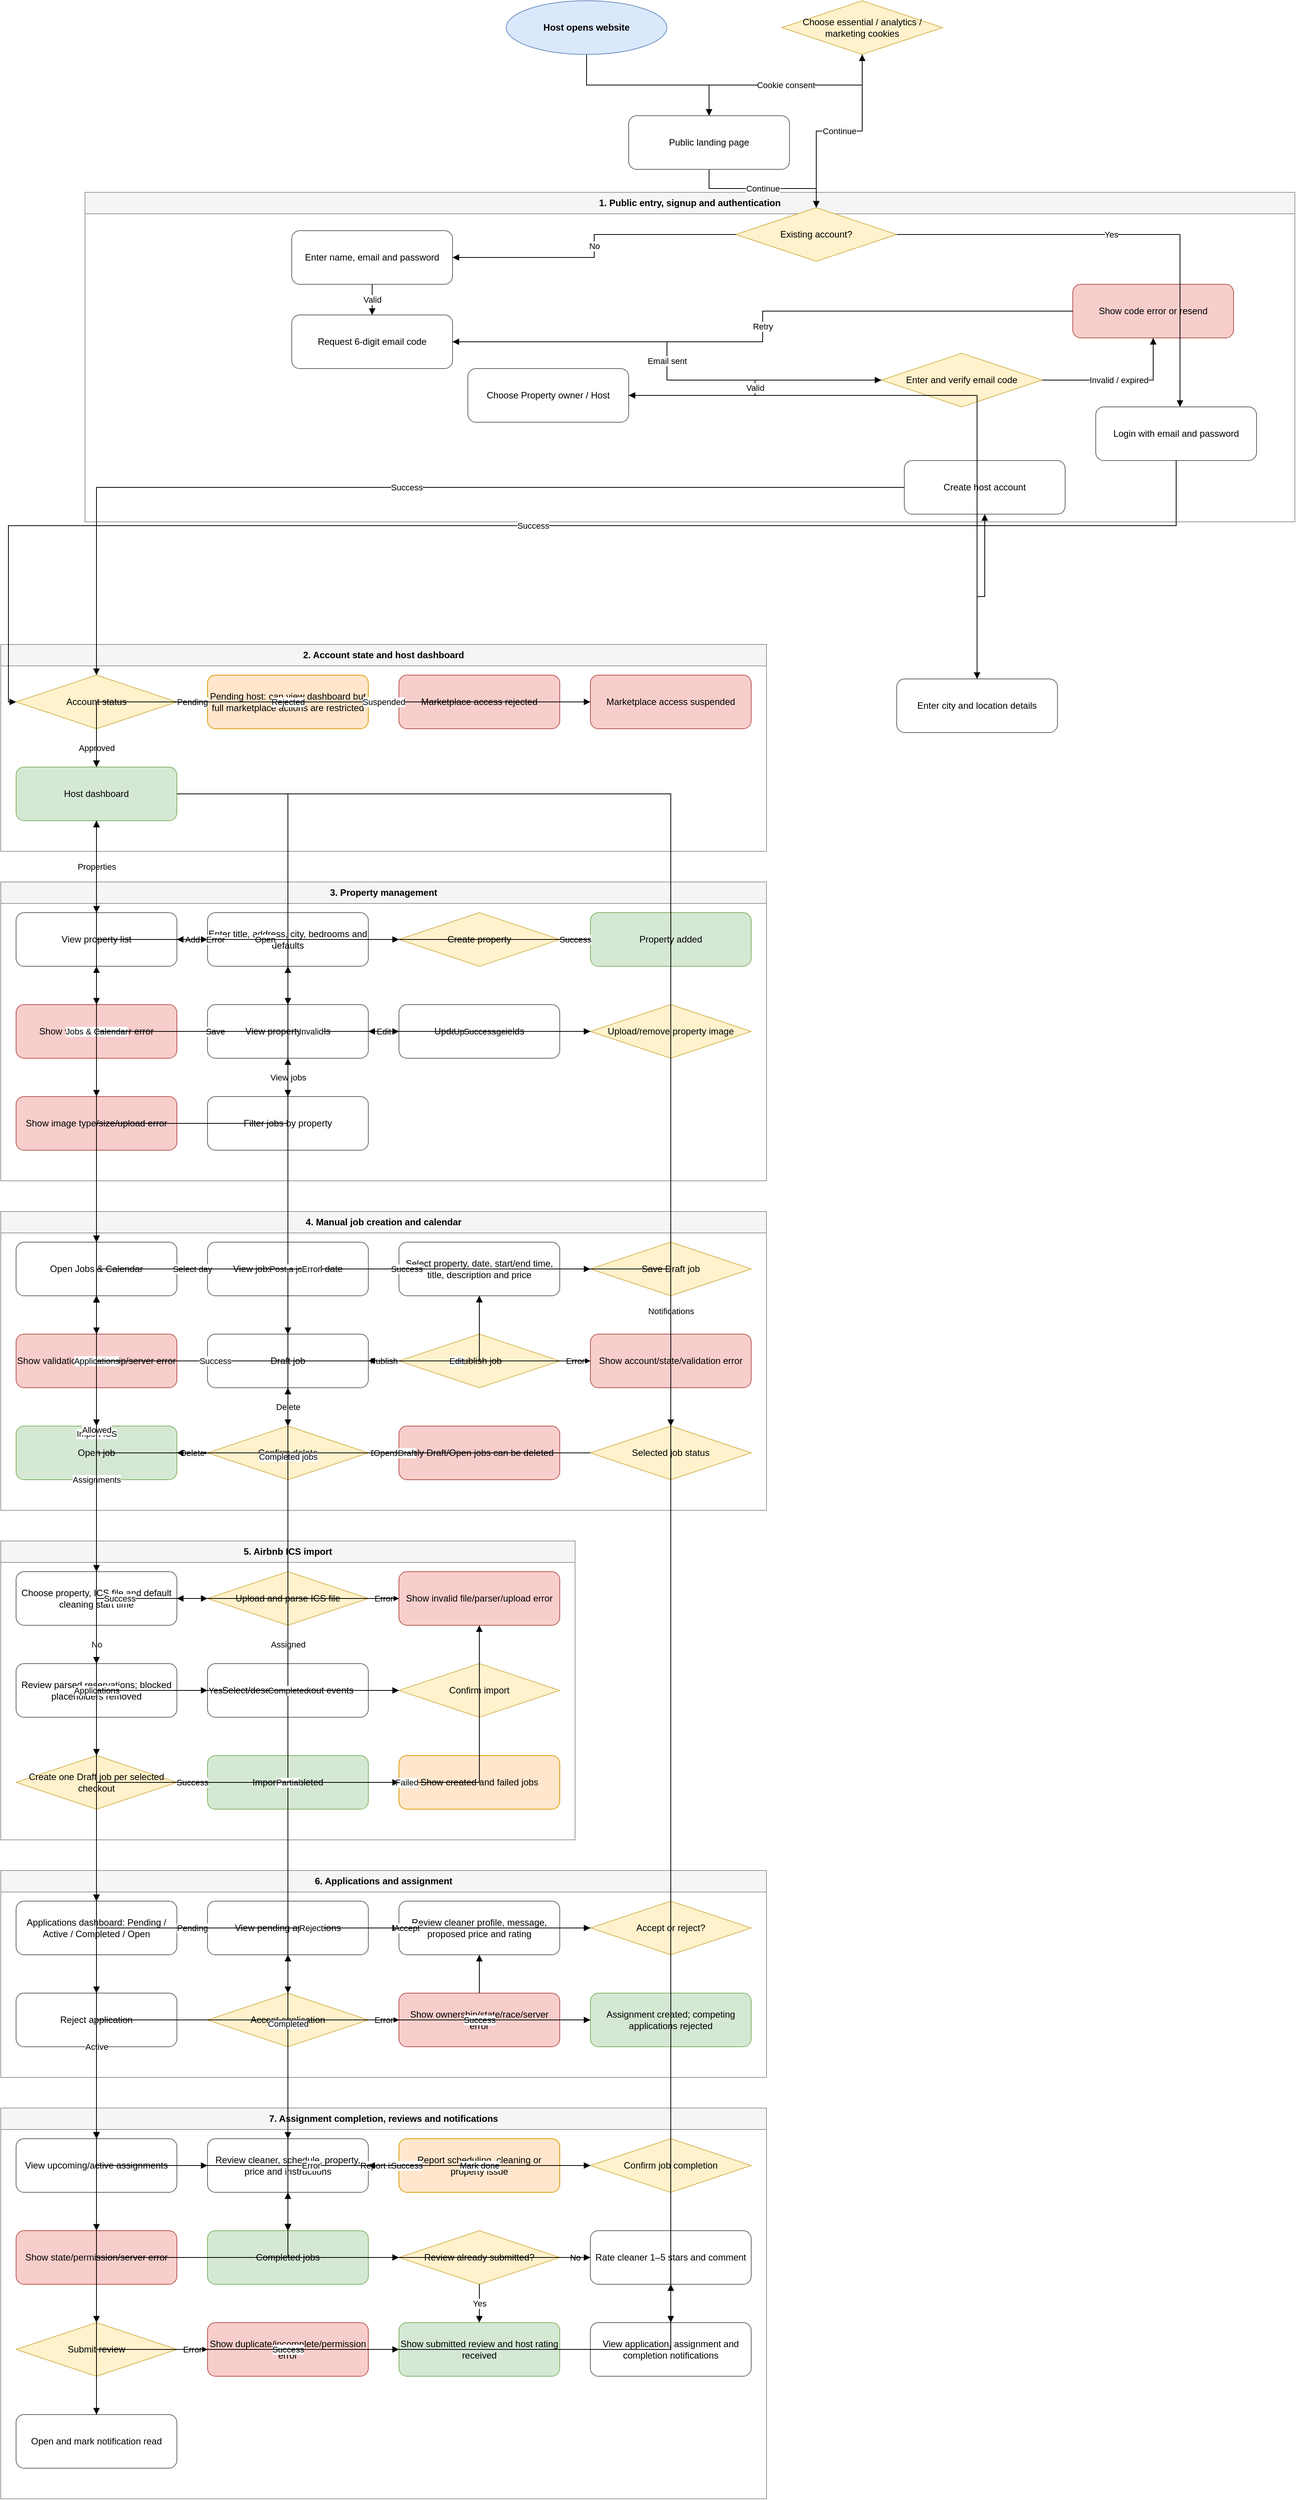
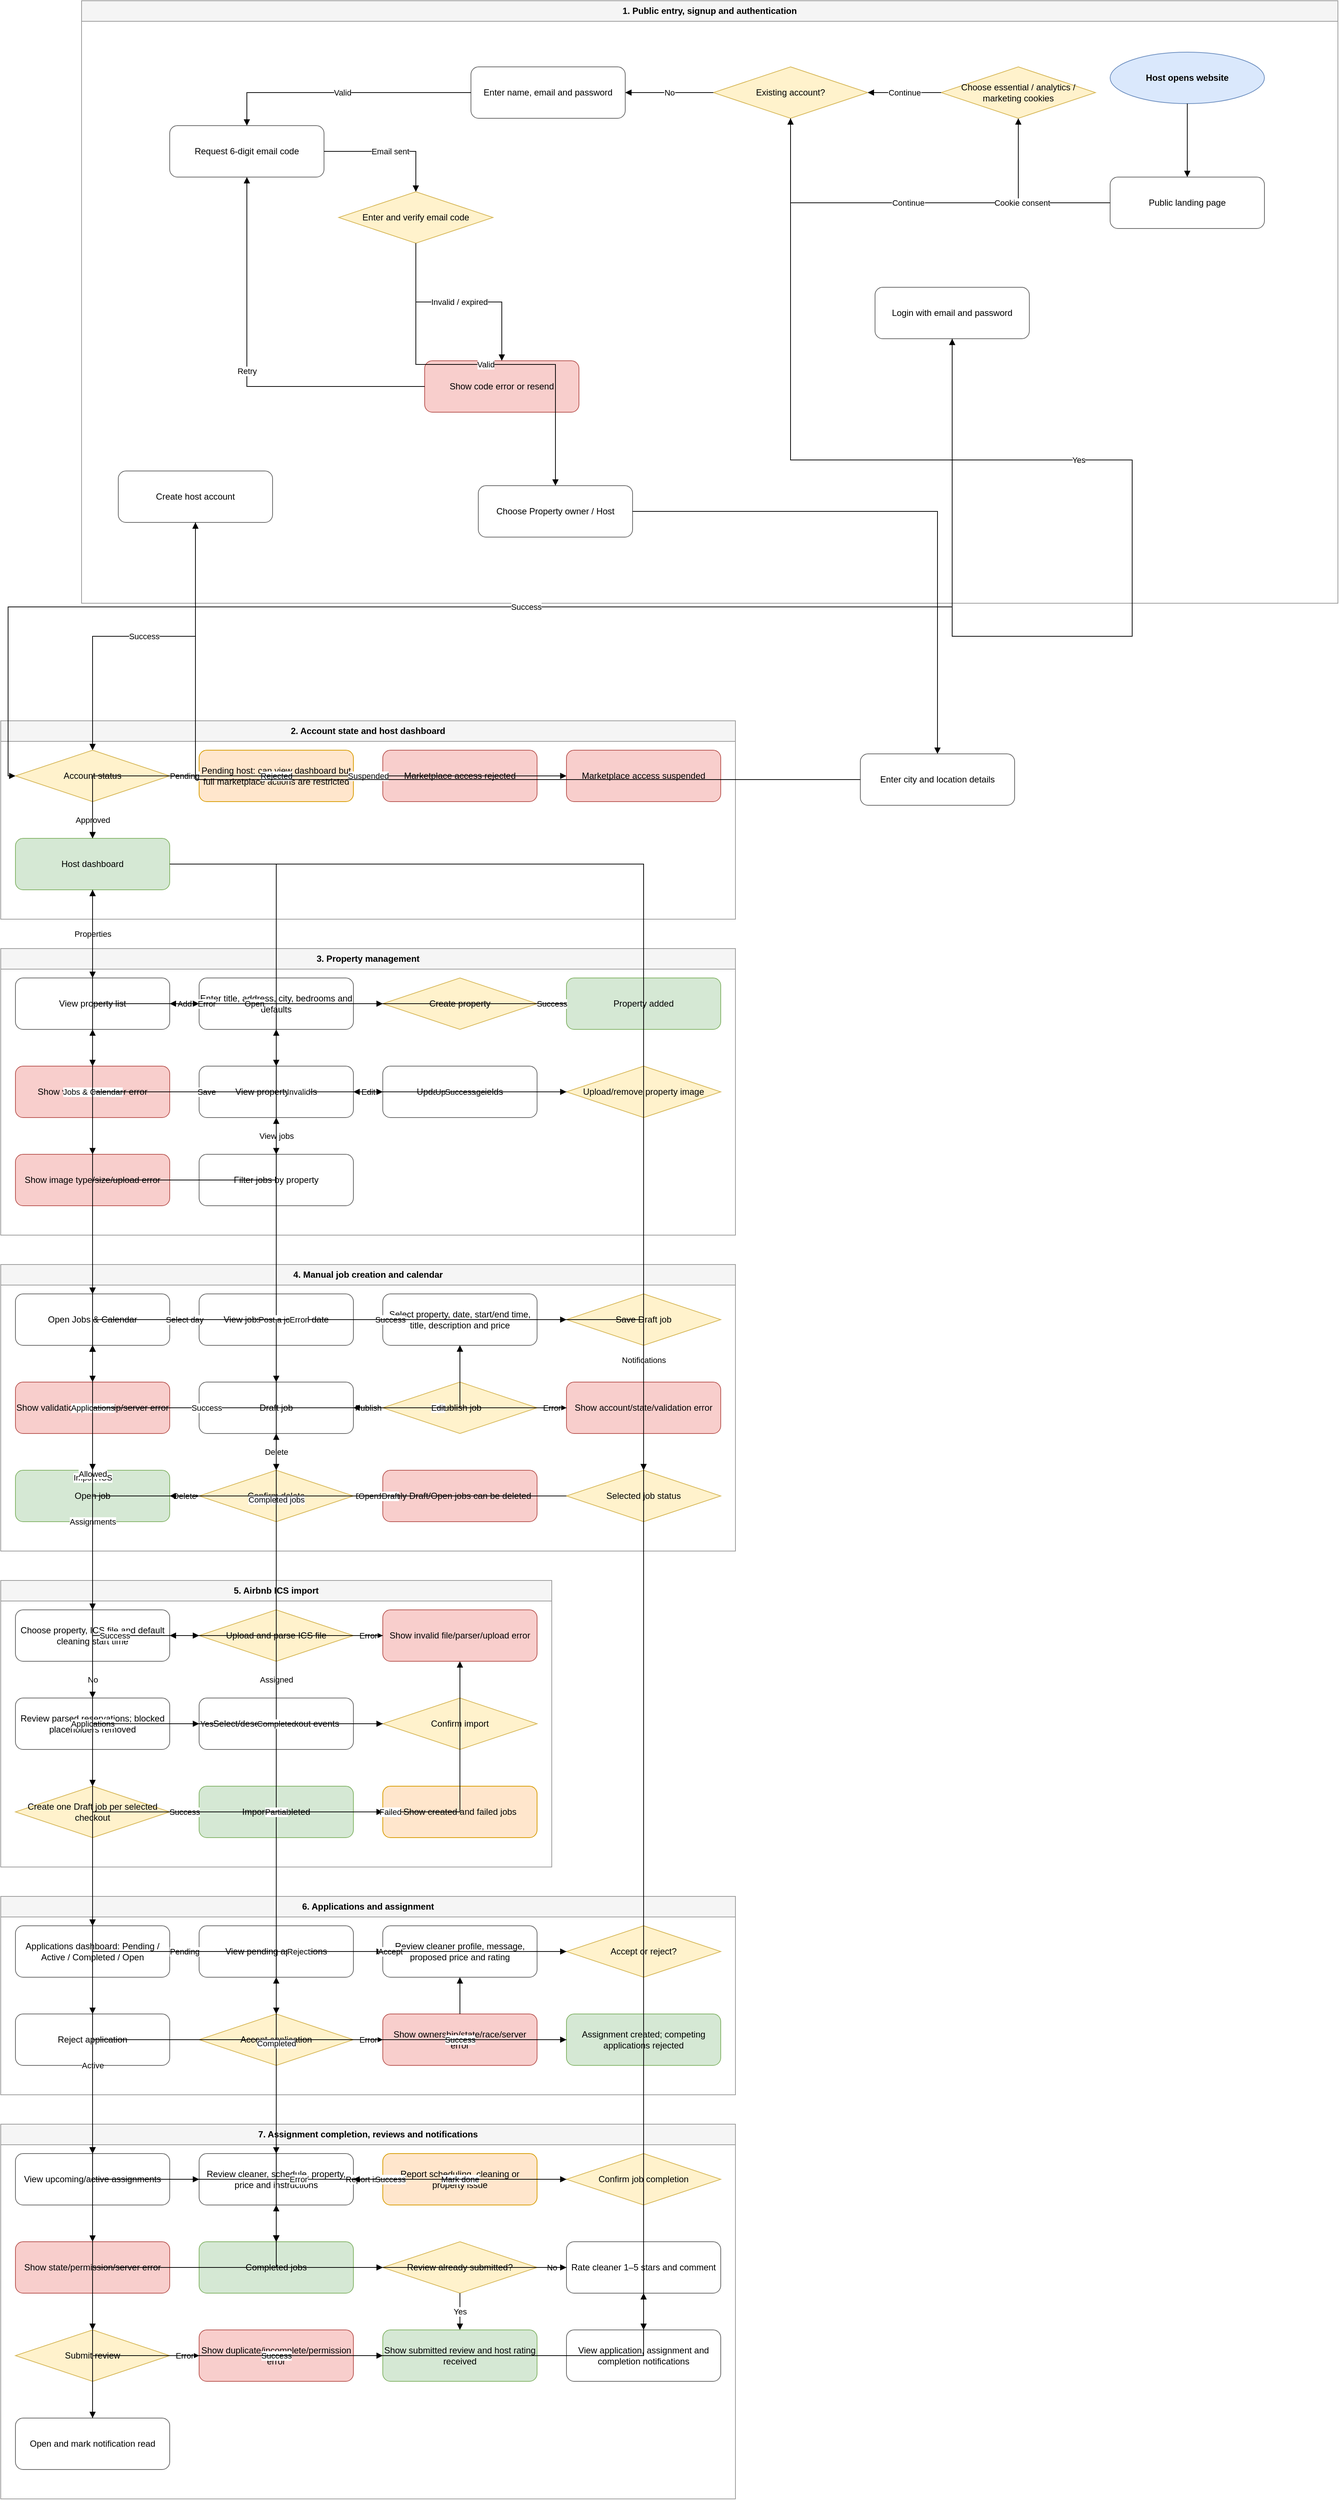
<mxfile host="app.diagrams.net" agent="ChatGPT">
  <diagram id="338da3bbee4f" name="Host interactions">
    <mxGraphModel dx="2416" dy="2476" grid="1" gridSize="10" guides="1" tooltips="1" connect="1" arrows="1" fold="1" page="1" pageScale="1" pageWidth="1654" pageHeight="1169" math="0" shadow="0">
      <root>
        <mxCell id="0" />
        <mxCell id="1" parent="0" />
        <mxCell id="sec_0" parent="1" style="swimlane;horizontal=1;startSize=28;rounded=0;whiteSpace=wrap;html=1;fillColor=#f5f5f5;strokeColor=#999999;fontStyle=1;" value="1. Public entry, signup and authentication" vertex="1">
-           <mxGeometry height="430" width="1580" x="150" y="-120" as="geometry" />
+           <mxGeometry height="820" width="1710" x="150" y="-510" as="geometry" />
        </mxCell>
        <mxCell id="h_loginchoice" parent="sec_0" style="rhombus;whiteSpace=wrap;html=1;fillColor=#fff2cc;strokeColor=#d6b656;" value="Existing account?" vertex="1">
-           <mxGeometry height="70" width="210" x="850" y="20" as="geometry" />
+           <mxGeometry height="70" width="210" x="860" y="90" as="geometry" />
        </mxCell>
        <mxCell id="h_credentials" parent="sec_0" style="rounded=1;whiteSpace=wrap;html=1;fillColor=#ffffff;strokeColor=#666666;" value="Enter name, email and password" vertex="1">
-           <mxGeometry height="70" width="210" x="270" y="50" as="geometry" />
+           <mxGeometry height="70" width="210" x="530" y="90" as="geometry" />
        </mxCell>
        <mxCell id="h_requestcode" parent="sec_0" style="rounded=1;whiteSpace=wrap;html=1;fillColor=#ffffff;strokeColor=#666666;" value="Request 6-digit email code" vertex="1">
-           <mxGeometry height="70" width="210" x="270" y="160" as="geometry" />
+           <mxGeometry height="70" width="210" x="120" y="170" as="geometry" />
        </mxCell>
        <mxCell id="h_verifycode" parent="sec_0" style="rhombus;whiteSpace=wrap;html=1;fillColor=#fff2cc;strokeColor=#d6b656;" value="Enter and verify email code" vertex="1">
-           <mxGeometry height="70" width="210" x="1040" y="210" as="geometry" />
+           <mxGeometry height="70" width="210" x="350" y="260" as="geometry" />
        </mxCell>
        <mxCell id="h_codeerror" parent="sec_0" style="rounded=1;whiteSpace=wrap;html=1;fillColor=#f8cecc;strokeColor=#b85450;" value="Show code error or resend" vertex="1">
-           <mxGeometry height="70" width="210" x="1290" y="120" as="geometry" />
+           <mxGeometry height="70" width="210" x="467" y="490" as="geometry" />
        </mxCell>
        <mxCell id="h_role" parent="sec_0" style="rounded=1;whiteSpace=wrap;html=1;fillColor=#ffffff;strokeColor=#666666;" value="Choose Property owner / Host" vertex="1">
-           <mxGeometry height="70" width="210" x="500" y="230" as="geometry" />
+           <mxGeometry height="70" width="210" x="540" y="660" as="geometry" />
        </mxCell>
        <mxCell id="h_login" parent="sec_0" style="rounded=1;whiteSpace=wrap;html=1;fillColor=#ffffff;strokeColor=#666666;" value="Login with email and password" vertex="1">
-           <mxGeometry height="70" width="210" x="1320" y="280" as="geometry" />
+           <mxGeometry height="70" width="210" x="1080" y="390" as="geometry" />
        </mxCell>
        <mxCell id="h_create" parent="sec_0" style="rounded=1;whiteSpace=wrap;html=1;fillColor=#ffffff;strokeColor=#666666;" value="Create host account" vertex="1">
-           <mxGeometry height="70" width="210" x="1070" y="350" as="geometry" />
+           <mxGeometry height="70" width="210" x="50" y="640" as="geometry" />
+         </mxCell>
+         <mxCell id="h_start" parent="sec_0" style="ellipse;whiteSpace=wrap;html=1;fillColor=#dae8fc;strokeColor=#6c8ebf;fontStyle=1;" value="Host opens website" vertex="1">
+           <mxGeometry height="70" width="210" x="1400" y="70" as="geometry" />
+         </mxCell>
+         <mxCell id="h_landing" parent="sec_0" style="rounded=1;whiteSpace=wrap;html=1;fillColor=#ffffff;strokeColor=#666666;" value="Public landing page" vertex="1">
+           <mxGeometry height="70" width="210" x="1400" y="240" as="geometry" />
+         </mxCell>
+         <mxCell id="e1" edge="1" parent="sec_0" source="h_start" style="edgeStyle=orthogonalEdgeStyle;rounded=0;orthogonalLoop=1;jettySize=auto;html=1;endArrow=block;" target="h_landing">
+           <mxGeometry relative="1" as="geometry" />
+         </mxCell>
+         <mxCell id="e3" edge="1" parent="sec_0" source="h_landing" style="edgeStyle=orthogonalEdgeStyle;rounded=0;orthogonalLoop=1;jettySize=auto;html=1;endArrow=block;" target="h_loginchoice" value="Continue">
+           <mxGeometry relative="1" as="geometry" />
+         </mxCell>
+         <mxCell id="h_cookie" parent="sec_0" style="rhombus;whiteSpace=wrap;html=1;fillColor=#fff2cc;strokeColor=#d6b656;" value="Choose essential / analytics / marketing cookies" vertex="1">
+           <mxGeometry height="70" width="210" x="1170" y="90" as="geometry" />
+         </mxCell>
+         <mxCell id="e2" edge="1" parent="sec_0" source="h_landing" style="edgeStyle=orthogonalEdgeStyle;rounded=0;orthogonalLoop=1;jettySize=auto;html=1;endArrow=block;" target="h_cookie" value="Cookie consent">
+           <mxGeometry relative="1" as="geometry" />
+         </mxCell>
+         <mxCell id="e4" edge="1" parent="sec_0" source="h_cookie" style="edgeStyle=orthogonalEdgeStyle;rounded=0;orthogonalLoop=1;jettySize=auto;html=1;endArrow=block;" target="h_loginchoice" value="Continue">
+           <mxGeometry relative="1" as="geometry" />
        </mxCell>
        <mxCell id="sec_1" parent="1" style="swimlane;horizontal=1;startSize=28;rounded=0;whiteSpace=wrap;html=1;fillColor=#f5f5f5;strokeColor=#999999;fontStyle=1;" value="2. Account state and host dashboard" vertex="1">
          <mxGeometry height="270" width="1000" x="40" y="470" as="geometry" />
        </mxCell>
        <mxCell id="h_accountgate" parent="sec_1" style="rhombus;whiteSpace=wrap;html=1;fillColor=#fff2cc;strokeColor=#d6b656;" value="Account status" vertex="1">
          <mxGeometry height="70" width="210" x="20" y="40" as="geometry" />
        </mxCell>
        <mxCell id="h_pending" parent="sec_1" style="rounded=1;whiteSpace=wrap;html=1;fillColor=#ffe6cc;strokeColor=#d79b00;" value="Pending host: can view dashboard but full marketplace actions are restricted" vertex="1">
          <mxGeometry height="70" width="210" x="270" y="40" as="geometry" />
        </mxCell>
        <mxCell id="h_rejected" parent="sec_1" style="rounded=1;whiteSpace=wrap;html=1;fillColor=#f8cecc;strokeColor=#b85450;" value="Marketplace access rejected" vertex="1">
          <mxGeometry height="70" width="210" x="520" y="40" as="geometry" />
        </mxCell>
        <mxCell id="h_suspended" parent="sec_1" style="rounded=1;whiteSpace=wrap;html=1;fillColor=#f8cecc;strokeColor=#b85450;" value="Marketplace access suspended" vertex="1">
          <mxGeometry height="70" width="210" x="770" y="40" as="geometry" />
        </mxCell>
        <mxCell id="h_dashboard" parent="sec_1" style="rounded=1;whiteSpace=wrap;html=1;fillColor=#d5e8d4;strokeColor=#82b366;" value="Host dashboard" vertex="1">
          <mxGeometry height="70" width="210" x="20" y="160" as="geometry" />
        </mxCell>
        <mxCell id="sec_2" parent="1" style="swimlane;horizontal=1;startSize=28;rounded=0;whiteSpace=wrap;html=1;fillColor=#f5f5f5;strokeColor=#999999;fontStyle=1;" value="3. Property management" vertex="1">
          <mxGeometry height="390" width="1000" x="40" y="780" as="geometry" />
        </mxCell>
        <mxCell id="h_properties" parent="sec_2" style="rounded=1;whiteSpace=wrap;html=1;fillColor=#ffffff;strokeColor=#666666;" value="View property list" vertex="1">
          <mxGeometry height="70" width="210" x="20" y="40" as="geometry" />
        </mxCell>
        <mxCell id="h_addproperty" parent="sec_2" style="rounded=1;whiteSpace=wrap;html=1;fillColor=#ffffff;strokeColor=#666666;" value="Enter title, address, city, bedrooms and defaults" vertex="1">
          <mxGeometry height="70" width="210" x="270" y="40" as="geometry" />
        </mxCell>
        <mxCell id="h_saveproperty" parent="sec_2" style="rhombus;whiteSpace=wrap;html=1;fillColor=#fff2cc;strokeColor=#d6b656;" value="Create property" vertex="1">
          <mxGeometry height="70" width="210" x="520" y="40" as="geometry" />
        </mxCell>
        <mxCell id="h_propertysuccess" parent="sec_2" style="rounded=1;whiteSpace=wrap;html=1;fillColor=#d5e8d4;strokeColor=#82b366;" value="Property added" vertex="1">
          <mxGeometry height="70" width="210" x="770" y="40" as="geometry" />
        </mxCell>
        <mxCell id="h_propertyerror" parent="sec_2" style="rounded=1;whiteSpace=wrap;html=1;fillColor=#f8cecc;strokeColor=#b85450;" value="Show validation/server error" vertex="1">
          <mxGeometry height="70" width="210" x="20" y="160" as="geometry" />
        </mxCell>
        <mxCell id="h_propertydetail" parent="sec_2" style="rounded=1;whiteSpace=wrap;html=1;fillColor=#ffffff;strokeColor=#666666;" value="View property details" vertex="1">
          <mxGeometry height="70" width="210" x="270" y="160" as="geometry" />
        </mxCell>
        <mxCell id="h_editproperty" parent="sec_2" style="rounded=1;whiteSpace=wrap;html=1;fillColor=#ffffff;strokeColor=#666666;" value="Update property fields" vertex="1">
          <mxGeometry height="70" width="210" x="520" y="160" as="geometry" />
        </mxCell>
        <mxCell id="h_uploadimage" parent="sec_2" style="rhombus;whiteSpace=wrap;html=1;fillColor=#fff2cc;strokeColor=#d6b656;" value="Upload/remove property image" vertex="1">
          <mxGeometry height="70" width="210" x="770" y="160" as="geometry" />
        </mxCell>
        <mxCell id="h_imageerror" parent="sec_2" style="rounded=1;whiteSpace=wrap;html=1;fillColor=#f8cecc;strokeColor=#b85450;" value="Show image type/size/upload error" vertex="1">
          <mxGeometry height="70" width="210" x="20" y="280" as="geometry" />
        </mxCell>
        <mxCell id="h_propertyjobs" parent="sec_2" style="rounded=1;whiteSpace=wrap;html=1;fillColor=#ffffff;strokeColor=#666666;" value="Filter jobs by property" vertex="1">
          <mxGeometry height="70" width="210" x="270" y="280" as="geometry" />
        </mxCell>
        <mxCell id="sec_3" parent="1" style="swimlane;horizontal=1;startSize=28;rounded=0;whiteSpace=wrap;html=1;fillColor=#f5f5f5;strokeColor=#999999;fontStyle=1;" value="4. Manual job creation and calendar" vertex="1">
          <mxGeometry height="390" width="1000" x="40" y="1210" as="geometry" />
        </mxCell>
        <mxCell id="h_jobs" parent="sec_3" style="rounded=1;whiteSpace=wrap;html=1;fillColor=#ffffff;strokeColor=#666666;" value="Open Jobs &amp; Calendar" vertex="1">
          <mxGeometry height="70" width="210" x="20" y="40" as="geometry" />
        </mxCell>
        <mxCell id="h_selectday" parent="sec_3" style="rounded=1;whiteSpace=wrap;html=1;fillColor=#ffffff;strokeColor=#666666;" value="View jobs for selected date" vertex="1">
          <mxGeometry height="70" width="210" x="270" y="40" as="geometry" />
        </mxCell>
        <mxCell id="h_jobform" parent="sec_3" style="rounded=1;whiteSpace=wrap;html=1;fillColor=#ffffff;strokeColor=#666666;" value="Select property, date, start/end time, title, description and price" vertex="1">
          <mxGeometry height="70" width="210" x="520" y="40" as="geometry" />
        </mxCell>
        <mxCell id="h_savedraft" parent="sec_3" style="rhombus;whiteSpace=wrap;html=1;fillColor=#fff2cc;strokeColor=#d6b656;" value="Save Draft job" vertex="1">
          <mxGeometry height="70" width="210" x="770" y="40" as="geometry" />
        </mxCell>
        <mxCell id="h_joberror" parent="sec_3" style="rounded=1;whiteSpace=wrap;html=1;fillColor=#f8cecc;strokeColor=#b85450;" value="Show validation/ownership/server error" vertex="1">
          <mxGeometry height="70" width="210" x="20" y="160" as="geometry" />
        </mxCell>
        <mxCell id="h_draft" parent="sec_3" style="rounded=1;whiteSpace=wrap;html=1;fillColor=#ffffff;strokeColor=#666666;" value="Draft job" vertex="1">
          <mxGeometry height="70" width="210" x="270" y="160" as="geometry" />
        </mxCell>
        <mxCell id="h_publish" parent="sec_3" style="rhombus;whiteSpace=wrap;html=1;fillColor=#fff2cc;strokeColor=#d6b656;" value="Publish job" vertex="1">
          <mxGeometry height="70" width="210" x="520" y="160" as="geometry" />
        </mxCell>
        <mxCell id="h_publisherror" parent="sec_3" style="rounded=1;whiteSpace=wrap;html=1;fillColor=#f8cecc;strokeColor=#b85450;" value="Show account/state/validation error" vertex="1">
          <mxGeometry height="70" width="210" x="770" y="160" as="geometry" />
        </mxCell>
        <mxCell id="h_openjob" parent="sec_3" style="rounded=1;whiteSpace=wrap;html=1;fillColor=#d5e8d4;strokeColor=#82b366;" value="Open job" vertex="1">
          <mxGeometry height="70" width="210" x="20" y="280" as="geometry" />
        </mxCell>
        <mxCell id="h_deletejob" parent="sec_3" style="rhombus;whiteSpace=wrap;html=1;fillColor=#fff2cc;strokeColor=#d6b656;" value="Confirm delete" vertex="1">
          <mxGeometry height="70" width="210" x="270" y="280" as="geometry" />
        </mxCell>
        <mxCell id="h_deleteerror" parent="sec_3" style="rounded=1;whiteSpace=wrap;html=1;fillColor=#f8cecc;strokeColor=#b85450;" value="Only Draft/Open jobs can be deleted" vertex="1">
          <mxGeometry height="70" width="210" x="520" y="280" as="geometry" />
        </mxCell>
        <mxCell id="h_jobstatus" parent="sec_3" style="rhombus;whiteSpace=wrap;html=1;fillColor=#fff2cc;strokeColor=#d6b656;" value="Selected job status" vertex="1">
          <mxGeometry height="70" width="210" x="770" y="280" as="geometry" />
        </mxCell>
        <mxCell id="sec_4" parent="1" style="swimlane;horizontal=1;startSize=28;rounded=0;whiteSpace=wrap;html=1;fillColor=#f5f5f5;strokeColor=#999999;fontStyle=1;" value="5. Airbnb ICS import" vertex="1">
          <mxGeometry height="390" width="750" x="40" y="1640" as="geometry" />
        </mxCell>
        <mxCell id="h_icsupload" parent="sec_4" style="rounded=1;whiteSpace=wrap;html=1;fillColor=#ffffff;strokeColor=#666666;" value="Choose property, ICS file and default cleaning start time" vertex="1">
          <mxGeometry height="70" width="210" x="20" y="40" as="geometry" />
        </mxCell>
        <mxCell id="h_icsparse" parent="sec_4" style="rhombus;whiteSpace=wrap;html=1;fillColor=#fff2cc;strokeColor=#d6b656;" value="Upload and parse ICS file" vertex="1">
          <mxGeometry height="70" width="210" x="270" y="40" as="geometry" />
        </mxCell>
        <mxCell id="h_icserror" parent="sec_4" style="rounded=1;whiteSpace=wrap;html=1;fillColor=#f8cecc;strokeColor=#b85450;" value="Show invalid file/parser/upload error" vertex="1">
          <mxGeometry height="70" width="210" x="520" y="40" as="geometry" />
        </mxCell>
        <mxCell id="h_icsreview" parent="sec_4" style="rounded=1;whiteSpace=wrap;html=1;fillColor=#ffffff;strokeColor=#666666;" value="Review parsed reservations; blocked placeholders removed" vertex="1">
          <mxGeometry height="70" width="210" x="20" y="160" as="geometry" />
        </mxCell>
        <mxCell id="h_icsselect" parent="sec_4" style="rounded=1;whiteSpace=wrap;html=1;fillColor=#ffffff;strokeColor=#666666;" value="Select/deselect checkout events" vertex="1">
          <mxGeometry height="70" width="210" x="270" y="160" as="geometry" />
        </mxCell>
        <mxCell id="h_icsconfirm" parent="sec_4" style="rhombus;whiteSpace=wrap;html=1;fillColor=#fff2cc;strokeColor=#d6b656;" value="Confirm import" vertex="1">
          <mxGeometry height="70" width="210" x="520" y="160" as="geometry" />
        </mxCell>
        <mxCell id="h_bulkcreate" parent="sec_4" style="rhombus;whiteSpace=wrap;html=1;fillColor=#fff2cc;strokeColor=#d6b656;" value="Create one Draft job per selected checkout" vertex="1">
          <mxGeometry height="70" width="210" x="20" y="280" as="geometry" />
        </mxCell>
        <mxCell id="h_icssuccess" parent="sec_4" style="rounded=1;whiteSpace=wrap;html=1;fillColor=#d5e8d4;strokeColor=#82b366;" value="Import completed" vertex="1">
          <mxGeometry height="70" width="210" x="270" y="280" as="geometry" />
        </mxCell>
        <mxCell id="h_icspartial" parent="sec_4" style="rounded=1;whiteSpace=wrap;html=1;fillColor=#ffe6cc;strokeColor=#d79b00;" value="Show created and failed jobs" vertex="1">
          <mxGeometry height="70" width="210" x="520" y="280" as="geometry" />
        </mxCell>
        <mxCell id="sec_5" parent="1" style="swimlane;horizontal=1;startSize=28;rounded=0;whiteSpace=wrap;html=1;fillColor=#f5f5f5;strokeColor=#999999;fontStyle=1;" value="6. Applications and assignment" vertex="1">
          <mxGeometry height="270" width="1000" x="40" y="2070" as="geometry" />
        </mxCell>
        <mxCell id="h_appdash" parent="sec_5" style="rounded=1;whiteSpace=wrap;html=1;fillColor=#ffffff;strokeColor=#666666;" value="Applications dashboard: Pending / Active / Completed / Open" vertex="1">
          <mxGeometry height="70" width="210" x="20" y="40" as="geometry" />
        </mxCell>
        <mxCell id="h_pendingapps" parent="sec_5" style="rounded=1;whiteSpace=wrap;html=1;fillColor=#ffffff;strokeColor=#666666;" value="View pending applications" vertex="1">
          <mxGeometry height="70" width="210" x="270" y="40" as="geometry" />
        </mxCell>
        <mxCell id="h_appdetail" parent="sec_5" style="rounded=1;whiteSpace=wrap;html=1;fillColor=#ffffff;strokeColor=#666666;" value="Review cleaner profile, message, proposed price and rating" vertex="1">
          <mxGeometry height="70" width="210" x="520" y="40" as="geometry" />
        </mxCell>
        <mxCell id="h_appdecision" parent="sec_5" style="rhombus;whiteSpace=wrap;html=1;fillColor=#fff2cc;strokeColor=#d6b656;" value="Accept or reject?" vertex="1">
          <mxGeometry height="70" width="210" x="770" y="40" as="geometry" />
        </mxCell>
        <mxCell id="h_rejectapp" parent="sec_5" style="rounded=1;whiteSpace=wrap;html=1;fillColor=#ffffff;strokeColor=#666666;" value="Reject application" vertex="1">
          <mxGeometry height="70" width="210" x="20" y="160" as="geometry" />
        </mxCell>
        <mxCell id="h_acceptapp" parent="sec_5" style="rhombus;whiteSpace=wrap;html=1;fillColor=#fff2cc;strokeColor=#d6b656;" value="Accept application" vertex="1">
          <mxGeometry height="70" width="210" x="270" y="160" as="geometry" />
        </mxCell>
        <mxCell id="h_accepterror" parent="sec_5" style="rounded=1;whiteSpace=wrap;html=1;fillColor=#f8cecc;strokeColor=#b85450;" value="Show ownership/state/race/server error" vertex="1">
          <mxGeometry height="70" width="210" x="520" y="160" as="geometry" />
        </mxCell>
        <mxCell id="h_assignmentcreated" parent="sec_5" style="rounded=1;whiteSpace=wrap;html=1;fillColor=#d5e8d4;strokeColor=#82b366;" value="Assignment created; competing applications rejected" vertex="1">
          <mxGeometry height="70" width="210" x="770" y="160" as="geometry" />
        </mxCell>
        <mxCell id="sec_6" parent="1" style="swimlane;horizontal=1;startSize=28;rounded=0;whiteSpace=wrap;html=1;fillColor=#f5f5f5;strokeColor=#999999;fontStyle=1;" value="7. Assignment completion, reviews and notifications" vertex="1">
          <mxGeometry height="510" width="1000" x="40" y="2380" as="geometry" />
        </mxCell>
        <mxCell id="h_assignments" parent="sec_6" style="rounded=1;whiteSpace=wrap;html=1;fillColor=#ffffff;strokeColor=#666666;" value="View upcoming/active assignments" vertex="1">
          <mxGeometry height="70" width="210" x="20" y="40" as="geometry" />
        </mxCell>
        <mxCell id="h_assignmentdetail" parent="sec_6" style="rounded=1;whiteSpace=wrap;html=1;fillColor=#ffffff;strokeColor=#666666;" value="Review cleaner, schedule, property, price and instructions" vertex="1">
          <mxGeometry height="70" width="210" x="270" y="40" as="geometry" />
        </mxCell>
        <mxCell id="h_report" parent="sec_6" style="rounded=1;whiteSpace=wrap;html=1;fillColor=#ffe6cc;strokeColor=#d79b00;" value="Report scheduling, cleaning or property issue" vertex="1">
          <mxGeometry height="70" width="210" x="520" y="40" as="geometry" />
        </mxCell>
        <mxCell id="h_complete" parent="sec_6" style="rhombus;whiteSpace=wrap;html=1;fillColor=#fff2cc;strokeColor=#d6b656;" value="Confirm job completion" vertex="1">
          <mxGeometry height="70" width="210" x="770" y="40" as="geometry" />
        </mxCell>
        <mxCell id="h_completeerror" parent="sec_6" style="rounded=1;whiteSpace=wrap;html=1;fillColor=#f8cecc;strokeColor=#b85450;" value="Show state/permission/server error" vertex="1">
          <mxGeometry height="70" width="210" x="20" y="160" as="geometry" />
        </mxCell>
        <mxCell id="h_completed" parent="sec_6" style="rounded=1;whiteSpace=wrap;html=1;fillColor=#d5e8d4;strokeColor=#82b366;" value="Completed jobs" vertex="1">
          <mxGeometry height="70" width="210" x="270" y="160" as="geometry" />
        </mxCell>
        <mxCell id="h_reviewstatus" parent="sec_6" style="rhombus;whiteSpace=wrap;html=1;fillColor=#fff2cc;strokeColor=#d6b656;" value="Review already submitted?" vertex="1">
          <mxGeometry height="70" width="210" x="520" y="160" as="geometry" />
        </mxCell>
        <mxCell id="h_reviewform" parent="sec_6" style="rounded=1;whiteSpace=wrap;html=1;fillColor=#ffffff;strokeColor=#666666;" value="Rate cleaner 1–5 stars and comment" vertex="1">
          <mxGeometry height="70" width="210" x="770" y="160" as="geometry" />
        </mxCell>
        <mxCell id="h_reviewsubmit" parent="sec_6" style="rhombus;whiteSpace=wrap;html=1;fillColor=#fff2cc;strokeColor=#d6b656;" value="Submit review" vertex="1">
          <mxGeometry height="70" width="210" x="20" y="280" as="geometry" />
        </mxCell>
        <mxCell id="h_reviewerror" parent="sec_6" style="rounded=1;whiteSpace=wrap;html=1;fillColor=#f8cecc;strokeColor=#b85450;" value="Show duplicate/incomplete/permission error" vertex="1">
          <mxGeometry height="70" width="210" x="270" y="280" as="geometry" />
        </mxCell>
        <mxCell id="h_reviewreadonly" parent="sec_6" style="rounded=1;whiteSpace=wrap;html=1;fillColor=#d5e8d4;strokeColor=#82b366;" value="Show submitted review and host rating received" vertex="1">
          <mxGeometry height="70" width="210" x="520" y="280" as="geometry" />
        </mxCell>
        <mxCell id="h_notifications" parent="sec_6" style="rounded=1;whiteSpace=wrap;html=1;fillColor=#ffffff;strokeColor=#666666;" value="View application, assignment and completion notifications" vertex="1">
          <mxGeometry height="70" width="210" x="770" y="280" as="geometry" />
        </mxCell>
        <mxCell id="h_markread" parent="sec_6" style="rounded=1;whiteSpace=wrap;html=1;fillColor=#ffffff;strokeColor=#666666;" value="Open and mark notification read" vertex="1">
          <mxGeometry height="70" width="210" x="20" y="400" as="geometry" />
-         </mxCell>
-         <mxCell id="e1" edge="1" parent="1" source="h_start" style="edgeStyle=orthogonalEdgeStyle;rounded=0;orthogonalLoop=1;jettySize=auto;html=1;endArrow=block;" target="h_landing">
-           <mxGeometry relative="1" as="geometry" />
-         </mxCell>
-         <mxCell id="e2" edge="1" parent="1" source="h_landing" style="edgeStyle=orthogonalEdgeStyle;rounded=0;orthogonalLoop=1;jettySize=auto;html=1;endArrow=block;" target="h_cookie" value="Cookie consent">
-           <mxGeometry relative="1" as="geometry" />
-         </mxCell>
-         <mxCell id="e3" edge="1" parent="1" source="h_landing" style="edgeStyle=orthogonalEdgeStyle;rounded=0;orthogonalLoop=1;jettySize=auto;html=1;endArrow=block;" target="h_loginchoice" value="Continue">
-           <mxGeometry relative="1" as="geometry" />
-         </mxCell>
-         <mxCell id="e4" edge="1" parent="1" source="h_cookie" style="edgeStyle=orthogonalEdgeStyle;rounded=0;orthogonalLoop=1;jettySize=auto;html=1;endArrow=block;" target="h_loginchoice" value="Continue">
-           <mxGeometry relative="1" as="geometry" />
        </mxCell>
        <mxCell id="e5" edge="1" parent="1" source="h_loginchoice" style="edgeStyle=orthogonalEdgeStyle;rounded=0;orthogonalLoop=1;jettySize=auto;html=1;endArrow=block;" target="h_login" value="Yes">
          <mxGeometry relative="1" x="-0.0588" as="geometry">
            <mxPoint as="offset" />
            <Array as="points">
              <mxPoint x="1580" y="115" />
              <mxPoint x="1580" y="355" />
            </Array>
          </mxGeometry>
        </mxCell>
        <mxCell id="e6" edge="1" parent="1" source="h_loginchoice" style="edgeStyle=orthogonalEdgeStyle;rounded=0;orthogonalLoop=1;jettySize=auto;html=1;endArrow=block;" target="h_credentials" value="No">
          <mxGeometry relative="1" as="geometry" />
        </mxCell>
        <mxCell id="e7" edge="1" parent="1" source="h_credentials" style="edgeStyle=orthogonalEdgeStyle;rounded=0;orthogonalLoop=1;jettySize=auto;html=1;endArrow=block;" target="h_requestcode" value="Valid">
          <mxGeometry relative="1" as="geometry" />
        </mxCell>
        <mxCell id="e8" edge="1" parent="1" source="h_requestcode" style="edgeStyle=orthogonalEdgeStyle;rounded=0;orthogonalLoop=1;jettySize=auto;html=1;endArrow=block;" target="h_verifycode" value="Email sent">
          <mxGeometry relative="1" as="geometry" />
        </mxCell>
        <mxCell id="e9" edge="1" parent="1" source="h_verifycode" style="edgeStyle=orthogonalEdgeStyle;rounded=0;orthogonalLoop=1;jettySize=auto;html=1;endArrow=block;" target="h_role" value="Valid">
          <mxGeometry relative="1" as="geometry" />
        </mxCell>
        <mxCell id="e10" edge="1" parent="1" source="h_verifycode" style="edgeStyle=orthogonalEdgeStyle;rounded=0;orthogonalLoop=1;jettySize=auto;html=1;endArrow=block;" target="h_codeerror" value="Invalid / expired">
          <mxGeometry relative="1" as="geometry" />
        </mxCell>
        <mxCell id="e11" edge="1" parent="1" source="h_codeerror" style="edgeStyle=orthogonalEdgeStyle;rounded=0;orthogonalLoop=1;jettySize=auto;html=1;endArrow=block;" target="h_requestcode" value="Retry">
          <mxGeometry relative="1" as="geometry" />
        </mxCell>
        <mxCell id="e12" edge="1" parent="1" source="h_role" style="edgeStyle=orthogonalEdgeStyle;rounded=0;orthogonalLoop=1;jettySize=auto;html=1;endArrow=block;" target="h_location">
          <mxGeometry relative="1" as="geometry" />
        </mxCell>
        <mxCell id="e14" edge="1" parent="1" source="h_create" style="edgeStyle=orthogonalEdgeStyle;rounded=0;orthogonalLoop=1;jettySize=auto;html=1;endArrow=block;" target="h_accountgate" value="Success">
          <mxGeometry relative="1" as="geometry" />
        </mxCell>
        <mxCell id="e15" edge="1" parent="1" source="h_login" style="edgeStyle=orthogonalEdgeStyle;rounded=0;orthogonalLoop=1;jettySize=auto;html=1;endArrow=block;" target="h_accountgate" value="Success">
          <mxGeometry relative="1" as="geometry">
            <Array as="points">
              <mxPoint x="50" y="315" />
              <mxPoint x="50" y="545" />
            </Array>
          </mxGeometry>
        </mxCell>
        <mxCell id="e16" edge="1" parent="1" source="h_accountgate" style="edgeStyle=orthogonalEdgeStyle;rounded=0;orthogonalLoop=1;jettySize=auto;html=1;endArrow=block;" target="h_pending" value="Pending">
          <mxGeometry relative="1" as="geometry" />
        </mxCell>
        <mxCell id="e17" edge="1" parent="1" source="h_accountgate" style="edgeStyle=orthogonalEdgeStyle;rounded=0;orthogonalLoop=1;jettySize=auto;html=1;endArrow=block;" target="h_dashboard" value="Approved">
          <mxGeometry relative="1" as="geometry" />
        </mxCell>
        <mxCell id="e18" edge="1" parent="1" source="h_accountgate" style="edgeStyle=orthogonalEdgeStyle;rounded=0;orthogonalLoop=1;jettySize=auto;html=1;endArrow=block;" target="h_rejected" value="Rejected">
          <mxGeometry relative="1" as="geometry" />
        </mxCell>
        <mxCell id="e19" edge="1" parent="1" source="h_accountgate" style="edgeStyle=orthogonalEdgeStyle;rounded=0;orthogonalLoop=1;jettySize=auto;html=1;endArrow=block;" target="h_suspended" value="Suspended">
          <mxGeometry relative="1" as="geometry" />
        </mxCell>
        <mxCell id="e20" edge="1" parent="1" source="h_pending" style="edgeStyle=orthogonalEdgeStyle;rounded=0;orthogonalLoop=1;jettySize=auto;html=1;endArrow=block;" target="h_dashboard">
          <mxGeometry relative="1" as="geometry" />
        </mxCell>
        <mxCell id="e21" edge="1" parent="1" source="h_dashboard" style="edgeStyle=orthogonalEdgeStyle;rounded=0;orthogonalLoop=1;jettySize=auto;html=1;endArrow=block;" target="h_properties" value="Properties">
          <mxGeometry relative="1" as="geometry" />
        </mxCell>
        <mxCell id="e22" edge="1" parent="1" source="h_dashboard" style="edgeStyle=orthogonalEdgeStyle;rounded=0;orthogonalLoop=1;jettySize=auto;html=1;endArrow=block;" target="h_jobs" value="Jobs &amp; Calendar">
          <mxGeometry relative="1" as="geometry" />
        </mxCell>
        <mxCell id="e23" edge="1" parent="1" source="h_dashboard" style="edgeStyle=orthogonalEdgeStyle;rounded=0;orthogonalLoop=1;jettySize=auto;html=1;endArrow=block;" target="h_appdash" value="Applications">
          <mxGeometry relative="1" as="geometry" />
        </mxCell>
        <mxCell id="e24" edge="1" parent="1" source="h_dashboard" style="edgeStyle=orthogonalEdgeStyle;rounded=0;orthogonalLoop=1;jettySize=auto;html=1;endArrow=block;" target="h_assignments" value="Assignments">
          <mxGeometry relative="1" as="geometry" />
        </mxCell>
        <mxCell id="e25" edge="1" parent="1" source="h_dashboard" style="edgeStyle=orthogonalEdgeStyle;rounded=0;orthogonalLoop=1;jettySize=auto;html=1;endArrow=block;" target="h_completed" value="Completed jobs">
          <mxGeometry relative="1" as="geometry" />
        </mxCell>
        <mxCell id="e26" edge="1" parent="1" source="h_dashboard" style="edgeStyle=orthogonalEdgeStyle;rounded=0;orthogonalLoop=1;jettySize=auto;html=1;endArrow=block;" target="h_notifications" value="Notifications">
          <mxGeometry relative="1" as="geometry" />
        </mxCell>
        <mxCell id="e27" edge="1" parent="1" source="h_properties" style="edgeStyle=orthogonalEdgeStyle;rounded=0;orthogonalLoop=1;jettySize=auto;html=1;endArrow=block;" target="h_addproperty" value="Add">
          <mxGeometry relative="1" as="geometry" />
        </mxCell>
        <mxCell id="e28" edge="1" parent="1" source="h_properties" style="edgeStyle=orthogonalEdgeStyle;rounded=0;orthogonalLoop=1;jettySize=auto;html=1;endArrow=block;" target="h_propertydetail" value="Open">
          <mxGeometry relative="1" as="geometry" />
        </mxCell>
        <mxCell id="e29" edge="1" parent="1" source="h_addproperty" style="edgeStyle=orthogonalEdgeStyle;rounded=0;orthogonalLoop=1;jettySize=auto;html=1;endArrow=block;" target="h_saveproperty">
          <mxGeometry relative="1" as="geometry" />
        </mxCell>
        <mxCell id="e30" edge="1" parent="1" source="h_saveproperty" style="edgeStyle=orthogonalEdgeStyle;rounded=0;orthogonalLoop=1;jettySize=auto;html=1;endArrow=block;" target="h_propertysuccess" value="Success">
          <mxGeometry relative="1" as="geometry" />
        </mxCell>
        <mxCell id="e31" edge="1" parent="1" source="h_saveproperty" style="edgeStyle=orthogonalEdgeStyle;rounded=0;orthogonalLoop=1;jettySize=auto;html=1;endArrow=block;" target="h_propertyerror" value="Error">
          <mxGeometry relative="1" as="geometry" />
        </mxCell>
        <mxCell id="e32" edge="1" parent="1" source="h_propertysuccess" style="edgeStyle=orthogonalEdgeStyle;rounded=0;orthogonalLoop=1;jettySize=auto;html=1;endArrow=block;" target="h_properties">
          <mxGeometry relative="1" as="geometry" />
        </mxCell>
        <mxCell id="e33" edge="1" parent="1" source="h_propertyerror" style="edgeStyle=orthogonalEdgeStyle;rounded=0;orthogonalLoop=1;jettySize=auto;html=1;endArrow=block;" target="h_addproperty">
          <mxGeometry relative="1" as="geometry" />
        </mxCell>
        <mxCell id="e34" edge="1" parent="1" source="h_propertydetail" style="edgeStyle=orthogonalEdgeStyle;rounded=0;orthogonalLoop=1;jettySize=auto;html=1;endArrow=block;" target="h_editproperty" value="Edit">
          <mxGeometry relative="1" as="geometry" />
        </mxCell>
        <mxCell id="e35" edge="1" parent="1" source="h_propertydetail" style="edgeStyle=orthogonalEdgeStyle;rounded=0;orthogonalLoop=1;jettySize=auto;html=1;endArrow=block;" target="h_uploadimage" value="Upload image">
          <mxGeometry relative="1" as="geometry" />
        </mxCell>
        <mxCell id="e36" edge="1" parent="1" source="h_propertydetail" style="edgeStyle=orthogonalEdgeStyle;rounded=0;orthogonalLoop=1;jettySize=auto;html=1;endArrow=block;" target="h_propertyjobs" value="View jobs">
          <mxGeometry relative="1" as="geometry" />
        </mxCell>
        <mxCell id="e37" edge="1" parent="1" source="h_editproperty" style="edgeStyle=orthogonalEdgeStyle;rounded=0;orthogonalLoop=1;jettySize=auto;html=1;endArrow=block;" target="h_properties" value="Save">
          <mxGeometry relative="1" as="geometry" />
        </mxCell>
        <mxCell id="e38" edge="1" parent="1" source="h_uploadimage" style="edgeStyle=orthogonalEdgeStyle;rounded=0;orthogonalLoop=1;jettySize=auto;html=1;endArrow=block;" target="h_propertydetail" value="Success">
          <mxGeometry relative="1" as="geometry" />
        </mxCell>
        <mxCell id="e39" edge="1" parent="1" source="h_uploadimage" style="edgeStyle=orthogonalEdgeStyle;rounded=0;orthogonalLoop=1;jettySize=auto;html=1;endArrow=block;" target="h_imageerror" value="Invalid">
          <mxGeometry relative="1" as="geometry" />
        </mxCell>
        <mxCell id="e40" edge="1" parent="1" source="h_imageerror" style="edgeStyle=orthogonalEdgeStyle;rounded=0;orthogonalLoop=1;jettySize=auto;html=1;endArrow=block;" target="h_propertydetail">
          <mxGeometry relative="1" as="geometry" />
        </mxCell>
        <mxCell id="e41" edge="1" parent="1" source="h_propertyjobs" style="edgeStyle=orthogonalEdgeStyle;rounded=0;orthogonalLoop=1;jettySize=auto;html=1;endArrow=block;" target="h_jobs">
          <mxGeometry relative="1" as="geometry" />
        </mxCell>
        <mxCell id="e42" edge="1" parent="1" source="h_jobs" style="edgeStyle=orthogonalEdgeStyle;rounded=0;orthogonalLoop=1;jettySize=auto;html=1;endArrow=block;" target="h_selectday" value="Select day">
          <mxGeometry relative="1" as="geometry" />
        </mxCell>
        <mxCell id="e43" edge="1" parent="1" source="h_jobs" style="edgeStyle=orthogonalEdgeStyle;rounded=0;orthogonalLoop=1;jettySize=auto;html=1;endArrow=block;" target="h_jobform" value="Post a job">
          <mxGeometry relative="1" as="geometry" />
        </mxCell>
        <mxCell id="e44" edge="1" parent="1" source="h_jobs" style="edgeStyle=orthogonalEdgeStyle;rounded=0;orthogonalLoop=1;jettySize=auto;html=1;endArrow=block;" target="h_icsupload" value="Import ICS">
          <mxGeometry relative="1" as="geometry" />
        </mxCell>
        <mxCell id="e45" edge="1" parent="1" source="h_selectday" style="edgeStyle=orthogonalEdgeStyle;rounded=0;orthogonalLoop=1;jettySize=auto;html=1;endArrow=block;" target="h_jobstatus">
          <mxGeometry relative="1" as="geometry" />
        </mxCell>
        <mxCell id="e46" edge="1" parent="1" source="h_jobform" style="edgeStyle=orthogonalEdgeStyle;rounded=0;orthogonalLoop=1;jettySize=auto;html=1;endArrow=block;" target="h_savedraft">
          <mxGeometry relative="1" as="geometry" />
        </mxCell>
        <mxCell id="e47" edge="1" parent="1" source="h_savedraft" style="edgeStyle=orthogonalEdgeStyle;rounded=0;orthogonalLoop=1;jettySize=auto;html=1;endArrow=block;" target="h_draft" value="Success">
          <mxGeometry relative="1" as="geometry" />
        </mxCell>
        <mxCell id="e48" edge="1" parent="1" source="h_savedraft" style="edgeStyle=orthogonalEdgeStyle;rounded=0;orthogonalLoop=1;jettySize=auto;html=1;endArrow=block;" target="h_joberror" value="Error">
          <mxGeometry relative="1" as="geometry" />
        </mxCell>
        <mxCell id="e49" edge="1" parent="1" source="h_joberror" style="edgeStyle=orthogonalEdgeStyle;rounded=0;orthogonalLoop=1;jettySize=auto;html=1;endArrow=block;" target="h_jobform">
          <mxGeometry relative="1" as="geometry" />
        </mxCell>
        <mxCell id="e50" edge="1" parent="1" source="h_draft" style="edgeStyle=orthogonalEdgeStyle;rounded=0;orthogonalLoop=1;jettySize=auto;html=1;endArrow=block;" target="h_publish" value="Publish">
          <mxGeometry relative="1" as="geometry" />
        </mxCell>
        <mxCell id="e51" edge="1" parent="1" source="h_draft" style="edgeStyle=orthogonalEdgeStyle;rounded=0;orthogonalLoop=1;jettySize=auto;html=1;endArrow=block;" target="h_deletejob" value="Delete">
          <mxGeometry relative="1" as="geometry" />
        </mxCell>
        <mxCell id="e52" edge="1" parent="1" source="h_draft" style="edgeStyle=orthogonalEdgeStyle;rounded=0;orthogonalLoop=1;jettySize=auto;html=1;endArrow=block;" target="h_jobform" value="Edit">
          <mxGeometry relative="1" as="geometry" />
        </mxCell>
        <mxCell id="e53" edge="1" parent="1" source="h_publish" style="edgeStyle=orthogonalEdgeStyle;rounded=0;orthogonalLoop=1;jettySize=auto;html=1;endArrow=block;" target="h_openjob" value="Success">
          <mxGeometry relative="1" as="geometry" />
        </mxCell>
        <mxCell id="e54" edge="1" parent="1" source="h_publish" style="edgeStyle=orthogonalEdgeStyle;rounded=0;orthogonalLoop=1;jettySize=auto;html=1;endArrow=block;" target="h_publisherror" value="Error">
          <mxGeometry relative="1" as="geometry" />
        </mxCell>
        <mxCell id="e55" edge="1" parent="1" source="h_publisherror" style="edgeStyle=orthogonalEdgeStyle;rounded=0;orthogonalLoop=1;jettySize=auto;html=1;endArrow=block;" target="h_draft">
          <mxGeometry relative="1" as="geometry" />
        </mxCell>
        <mxCell id="e56" edge="1" parent="1" source="h_openjob" style="edgeStyle=orthogonalEdgeStyle;rounded=0;orthogonalLoop=1;jettySize=auto;html=1;endArrow=block;" target="h_appdash" value="Applications">
          <mxGeometry relative="1" as="geometry" />
        </mxCell>
        <mxCell id="e57" edge="1" parent="1" source="h_openjob" style="edgeStyle=orthogonalEdgeStyle;rounded=0;orthogonalLoop=1;jettySize=auto;html=1;endArrow=block;" target="h_deletejob" value="Delete">
          <mxGeometry relative="1" as="geometry" />
        </mxCell>
        <mxCell id="e58" edge="1" parent="1" source="h_deletejob" style="edgeStyle=orthogonalEdgeStyle;rounded=0;orthogonalLoop=1;jettySize=auto;html=1;endArrow=block;" target="h_jobs" value="Allowed">
          <mxGeometry relative="1" as="geometry" />
        </mxCell>
        <mxCell id="e59" edge="1" parent="1" source="h_deletejob" style="edgeStyle=orthogonalEdgeStyle;rounded=0;orthogonalLoop=1;jettySize=auto;html=1;endArrow=block;" target="h_deleteerror" value="Denied">
          <mxGeometry relative="1" as="geometry" />
        </mxCell>
        <mxCell id="e60" edge="1" parent="1" source="h_deleteerror" style="edgeStyle=orthogonalEdgeStyle;rounded=0;orthogonalLoop=1;jettySize=auto;html=1;endArrow=block;" target="h_jobs">
          <mxGeometry relative="1" as="geometry" />
        </mxCell>
        <mxCell id="e61" edge="1" parent="1" source="h_jobstatus" style="edgeStyle=orthogonalEdgeStyle;rounded=0;orthogonalLoop=1;jettySize=auto;html=1;endArrow=block;" target="h_draft" value="Draft">
          <mxGeometry relative="1" as="geometry" />
        </mxCell>
        <mxCell id="e62" edge="1" parent="1" source="h_jobstatus" style="edgeStyle=orthogonalEdgeStyle;rounded=0;orthogonalLoop=1;jettySize=auto;html=1;endArrow=block;" target="h_openjob" value="Open">
          <mxGeometry relative="1" as="geometry" />
        </mxCell>
        <mxCell id="e63" edge="1" parent="1" source="h_jobstatus" style="edgeStyle=orthogonalEdgeStyle;rounded=0;orthogonalLoop=1;jettySize=auto;html=1;endArrow=block;" target="h_assignmentdetail" value="Assigned">
          <mxGeometry relative="1" as="geometry" />
        </mxCell>
        <mxCell id="e64" edge="1" parent="1" source="h_jobstatus" style="edgeStyle=orthogonalEdgeStyle;rounded=0;orthogonalLoop=1;jettySize=auto;html=1;endArrow=block;" target="h_completed" value="Completed">
          <mxGeometry relative="1" as="geometry" />
        </mxCell>
        <mxCell id="e65" edge="1" parent="1" source="h_icsupload" style="edgeStyle=orthogonalEdgeStyle;rounded=0;orthogonalLoop=1;jettySize=auto;html=1;endArrow=block;" target="h_icsparse">
          <mxGeometry relative="1" as="geometry" />
        </mxCell>
        <mxCell id="e66" edge="1" parent="1" source="h_icsparse" style="edgeStyle=orthogonalEdgeStyle;rounded=0;orthogonalLoop=1;jettySize=auto;html=1;endArrow=block;" target="h_icsreview" value="Success">
          <mxGeometry relative="1" as="geometry" />
        </mxCell>
        <mxCell id="e67" edge="1" parent="1" source="h_icsparse" style="edgeStyle=orthogonalEdgeStyle;rounded=0;orthogonalLoop=1;jettySize=auto;html=1;endArrow=block;" target="h_icserror" value="Error">
          <mxGeometry relative="1" as="geometry" />
        </mxCell>
        <mxCell id="e68" edge="1" parent="1" source="h_icserror" style="edgeStyle=orthogonalEdgeStyle;rounded=0;orthogonalLoop=1;jettySize=auto;html=1;endArrow=block;" target="h_icsupload">
          <mxGeometry relative="1" as="geometry" />
        </mxCell>
        <mxCell id="e69" edge="1" parent="1" source="h_icsreview" style="edgeStyle=orthogonalEdgeStyle;rounded=0;orthogonalLoop=1;jettySize=auto;html=1;endArrow=block;" target="h_icsselect">
          <mxGeometry relative="1" as="geometry" />
        </mxCell>
        <mxCell id="e70" edge="1" parent="1" source="h_icsselect" style="edgeStyle=orthogonalEdgeStyle;rounded=0;orthogonalLoop=1;jettySize=auto;html=1;endArrow=block;" target="h_icsconfirm">
          <mxGeometry relative="1" as="geometry" />
        </mxCell>
        <mxCell id="e71" edge="1" parent="1" source="h_icsconfirm" style="edgeStyle=orthogonalEdgeStyle;rounded=0;orthogonalLoop=1;jettySize=auto;html=1;endArrow=block;" target="h_bulkcreate" value="Yes">
          <mxGeometry relative="1" as="geometry" />
        </mxCell>
        <mxCell id="e72" edge="1" parent="1" source="h_icsconfirm" style="edgeStyle=orthogonalEdgeStyle;rounded=0;orthogonalLoop=1;jettySize=auto;html=1;endArrow=block;" target="h_jobs" value="No">
          <mxGeometry relative="1" as="geometry" />
        </mxCell>
        <mxCell id="e73" edge="1" parent="1" source="h_bulkcreate" style="edgeStyle=orthogonalEdgeStyle;rounded=0;orthogonalLoop=1;jettySize=auto;html=1;endArrow=block;" target="h_icssuccess" value="Success">
          <mxGeometry relative="1" as="geometry" />
        </mxCell>
        <mxCell id="e74" edge="1" parent="1" source="h_bulkcreate" style="edgeStyle=orthogonalEdgeStyle;rounded=0;orthogonalLoop=1;jettySize=auto;html=1;endArrow=block;" target="h_icspartial" value="Partial">
          <mxGeometry relative="1" as="geometry" />
        </mxCell>
        <mxCell id="e75" edge="1" parent="1" source="h_bulkcreate" style="edgeStyle=orthogonalEdgeStyle;rounded=0;orthogonalLoop=1;jettySize=auto;html=1;endArrow=block;" target="h_icserror" value="Failed">
          <mxGeometry relative="1" as="geometry" />
        </mxCell>
        <mxCell id="e76" edge="1" parent="1" source="h_icssuccess" style="edgeStyle=orthogonalEdgeStyle;rounded=0;orthogonalLoop=1;jettySize=auto;html=1;endArrow=block;" target="h_jobs">
          <mxGeometry relative="1" as="geometry" />
        </mxCell>
        <mxCell id="e77" edge="1" parent="1" source="h_icspartial" style="edgeStyle=orthogonalEdgeStyle;rounded=0;orthogonalLoop=1;jettySize=auto;html=1;endArrow=block;" target="h_jobs">
          <mxGeometry relative="1" as="geometry" />
        </mxCell>
        <mxCell id="e78" edge="1" parent="1" source="h_appdash" style="edgeStyle=orthogonalEdgeStyle;rounded=0;orthogonalLoop=1;jettySize=auto;html=1;endArrow=block;" target="h_pendingapps" value="Pending">
          <mxGeometry relative="1" as="geometry" />
        </mxCell>
        <mxCell id="e79" edge="1" parent="1" source="h_appdash" style="edgeStyle=orthogonalEdgeStyle;rounded=0;orthogonalLoop=1;jettySize=auto;html=1;endArrow=block;" target="h_assignments" value="Active">
          <mxGeometry relative="1" as="geometry" />
        </mxCell>
        <mxCell id="e80" edge="1" parent="1" source="h_appdash" style="edgeStyle=orthogonalEdgeStyle;rounded=0;orthogonalLoop=1;jettySize=auto;html=1;endArrow=block;" target="h_completed" value="Completed">
          <mxGeometry relative="1" as="geometry" />
        </mxCell>
        <mxCell id="e81" edge="1" parent="1" source="h_pendingapps" style="edgeStyle=orthogonalEdgeStyle;rounded=0;orthogonalLoop=1;jettySize=auto;html=1;endArrow=block;" target="h_appdetail">
          <mxGeometry relative="1" as="geometry" />
        </mxCell>
        <mxCell id="e82" edge="1" parent="1" source="h_appdetail" style="edgeStyle=orthogonalEdgeStyle;rounded=0;orthogonalLoop=1;jettySize=auto;html=1;endArrow=block;" target="h_appdecision">
          <mxGeometry relative="1" as="geometry" />
        </mxCell>
        <mxCell id="e83" edge="1" parent="1" source="h_appdecision" style="edgeStyle=orthogonalEdgeStyle;rounded=0;orthogonalLoop=1;jettySize=auto;html=1;endArrow=block;" target="h_acceptapp" value="Accept">
          <mxGeometry relative="1" as="geometry" />
        </mxCell>
        <mxCell id="e84" edge="1" parent="1" source="h_appdecision" style="edgeStyle=orthogonalEdgeStyle;rounded=0;orthogonalLoop=1;jettySize=auto;html=1;endArrow=block;" target="h_rejectapp" value="Reject">
          <mxGeometry relative="1" as="geometry" />
        </mxCell>
        <mxCell id="e85" edge="1" parent="1" source="h_rejectapp" style="edgeStyle=orthogonalEdgeStyle;rounded=0;orthogonalLoop=1;jettySize=auto;html=1;endArrow=block;" target="h_pendingapps">
          <mxGeometry relative="1" as="geometry" />
        </mxCell>
        <mxCell id="e86" edge="1" parent="1" source="h_acceptapp" style="edgeStyle=orthogonalEdgeStyle;rounded=0;orthogonalLoop=1;jettySize=auto;html=1;endArrow=block;" target="h_assignmentcreated" value="Success">
          <mxGeometry relative="1" as="geometry" />
        </mxCell>
        <mxCell id="e87" edge="1" parent="1" source="h_acceptapp" style="edgeStyle=orthogonalEdgeStyle;rounded=0;orthogonalLoop=1;jettySize=auto;html=1;endArrow=block;" target="h_accepterror" value="Error">
          <mxGeometry relative="1" as="geometry" />
        </mxCell>
        <mxCell id="e88" edge="1" parent="1" source="h_accepterror" style="edgeStyle=orthogonalEdgeStyle;rounded=0;orthogonalLoop=1;jettySize=auto;html=1;endArrow=block;" target="h_appdetail">
          <mxGeometry relative="1" as="geometry" />
        </mxCell>
        <mxCell id="e89" edge="1" parent="1" source="h_assignmentcreated" style="edgeStyle=orthogonalEdgeStyle;rounded=0;orthogonalLoop=1;jettySize=auto;html=1;endArrow=block;" target="h_assignments">
          <mxGeometry relative="1" as="geometry" />
        </mxCell>
        <mxCell id="e90" edge="1" parent="1" source="h_assignments" style="edgeStyle=orthogonalEdgeStyle;rounded=0;orthogonalLoop=1;jettySize=auto;html=1;endArrow=block;" target="h_assignmentdetail">
          <mxGeometry relative="1" as="geometry" />
        </mxCell>
        <mxCell id="e91" edge="1" parent="1" source="h_assignmentdetail" style="edgeStyle=orthogonalEdgeStyle;rounded=0;orthogonalLoop=1;jettySize=auto;html=1;endArrow=block;" target="h_complete" value="Mark done">
          <mxGeometry relative="1" as="geometry" />
        </mxCell>
        <mxCell id="e92" edge="1" parent="1" source="h_assignmentdetail" style="edgeStyle=orthogonalEdgeStyle;rounded=0;orthogonalLoop=1;jettySize=auto;html=1;endArrow=block;" target="h_report" value="Report issue">
          <mxGeometry relative="1" as="geometry" />
        </mxCell>
        <mxCell id="e93" edge="1" parent="1" source="h_report" style="edgeStyle=orthogonalEdgeStyle;rounded=0;orthogonalLoop=1;jettySize=auto;html=1;endArrow=block;" target="h_assignmentdetail">
          <mxGeometry relative="1" as="geometry" />
        </mxCell>
        <mxCell id="e94" edge="1" parent="1" source="h_complete" style="edgeStyle=orthogonalEdgeStyle;rounded=0;orthogonalLoop=1;jettySize=auto;html=1;endArrow=block;" target="h_completed" value="Success">
          <mxGeometry relative="1" as="geometry" />
        </mxCell>
        <mxCell id="e95" edge="1" parent="1" source="h_complete" style="edgeStyle=orthogonalEdgeStyle;rounded=0;orthogonalLoop=1;jettySize=auto;html=1;endArrow=block;" target="h_completeerror" value="Error">
          <mxGeometry relative="1" as="geometry" />
        </mxCell>
        <mxCell id="e96" edge="1" parent="1" source="h_completeerror" style="edgeStyle=orthogonalEdgeStyle;rounded=0;orthogonalLoop=1;jettySize=auto;html=1;endArrow=block;" target="h_assignmentdetail">
          <mxGeometry relative="1" as="geometry" />
        </mxCell>
        <mxCell id="e97" edge="1" parent="1" source="h_completed" style="edgeStyle=orthogonalEdgeStyle;rounded=0;orthogonalLoop=1;jettySize=auto;html=1;endArrow=block;" target="h_reviewstatus">
          <mxGeometry relative="1" as="geometry" />
        </mxCell>
        <mxCell id="e98" edge="1" parent="1" source="h_reviewstatus" style="edgeStyle=orthogonalEdgeStyle;rounded=0;orthogonalLoop=1;jettySize=auto;html=1;endArrow=block;" target="h_reviewreadonly" value="Yes">
          <mxGeometry relative="1" as="geometry" />
        </mxCell>
        <mxCell id="e99" edge="1" parent="1" source="h_reviewstatus" style="edgeStyle=orthogonalEdgeStyle;rounded=0;orthogonalLoop=1;jettySize=auto;html=1;endArrow=block;" target="h_reviewform" value="No">
          <mxGeometry relative="1" as="geometry" />
        </mxCell>
        <mxCell id="e100" edge="1" parent="1" source="h_reviewform" style="edgeStyle=orthogonalEdgeStyle;rounded=0;orthogonalLoop=1;jettySize=auto;html=1;endArrow=block;" target="h_reviewsubmit">
          <mxGeometry relative="1" as="geometry" />
        </mxCell>
        <mxCell id="e101" edge="1" parent="1" source="h_reviewsubmit" style="edgeStyle=orthogonalEdgeStyle;rounded=0;orthogonalLoop=1;jettySize=auto;html=1;endArrow=block;" target="h_reviewreadonly" value="Success">
          <mxGeometry relative="1" as="geometry" />
        </mxCell>
        <mxCell id="e102" edge="1" parent="1" source="h_reviewsubmit" style="edgeStyle=orthogonalEdgeStyle;rounded=0;orthogonalLoop=1;jettySize=auto;html=1;endArrow=block;" target="h_reviewerror" value="Error">
          <mxGeometry relative="1" as="geometry" />
        </mxCell>
        <mxCell id="e103" edge="1" parent="1" source="h_reviewerror" style="edgeStyle=orthogonalEdgeStyle;rounded=0;orthogonalLoop=1;jettySize=auto;html=1;endArrow=block;" target="h_reviewform">
          <mxGeometry relative="1" as="geometry" />
        </mxCell>
        <mxCell id="e104" edge="1" parent="1" source="h_reviewreadonly" style="edgeStyle=orthogonalEdgeStyle;rounded=0;orthogonalLoop=1;jettySize=auto;html=1;endArrow=block;" target="h_dashboard">
          <mxGeometry relative="1" as="geometry" />
        </mxCell>
        <mxCell id="e105" edge="1" parent="1" source="h_notifications" style="edgeStyle=orthogonalEdgeStyle;rounded=0;orthogonalLoop=1;jettySize=auto;html=1;endArrow=block;" target="h_markread">
          <mxGeometry relative="1" as="geometry" />
        </mxCell>
        <mxCell id="e106" edge="1" parent="1" source="h_markread" style="edgeStyle=orthogonalEdgeStyle;rounded=0;orthogonalLoop=1;jettySize=auto;html=1;endArrow=block;" target="h_dashboard">
          <mxGeometry relative="1" as="geometry" />
        </mxCell>
        <mxCell id="h_location" parent="1" style="rounded=1;whiteSpace=wrap;html=1;fillColor=#ffffff;strokeColor=#666666;" value="Enter city and location details" vertex="1">
          <mxGeometry height="70" width="210" x="1210" y="515" as="geometry" />
        </mxCell>
        <mxCell id="e13" edge="1" parent="1" source="h_location" style="edgeStyle=orthogonalEdgeStyle;rounded=0;orthogonalLoop=1;jettySize=auto;html=1;endArrow=block;" target="h_create">
          <mxGeometry relative="1" as="geometry" />
        </mxCell>
-         <mxCell id="h_landing" parent="1" style="rounded=1;whiteSpace=wrap;html=1;fillColor=#ffffff;strokeColor=#666666;" value="Public landing page" vertex="1">
-           <mxGeometry height="70" width="210" x="860" y="-220" as="geometry" />
-         </mxCell>
-         <mxCell id="h_cookie" parent="1" style="rhombus;whiteSpace=wrap;html=1;fillColor=#fff2cc;strokeColor=#d6b656;" value="Choose essential / analytics / marketing cookies" vertex="1">
-           <mxGeometry height="70" width="210" x="1060" y="-370" as="geometry" />
-         </mxCell>
-         <mxCell id="h_start" parent="1" style="ellipse;whiteSpace=wrap;html=1;fillColor=#dae8fc;strokeColor=#6c8ebf;fontStyle=1;" value="Host opens website" vertex="1">
-           <mxGeometry height="70" width="210" x="700" y="-370" as="geometry" />
-         </mxCell>
      </root>
    </mxGraphModel>
  </diagram>
</mxfile>
